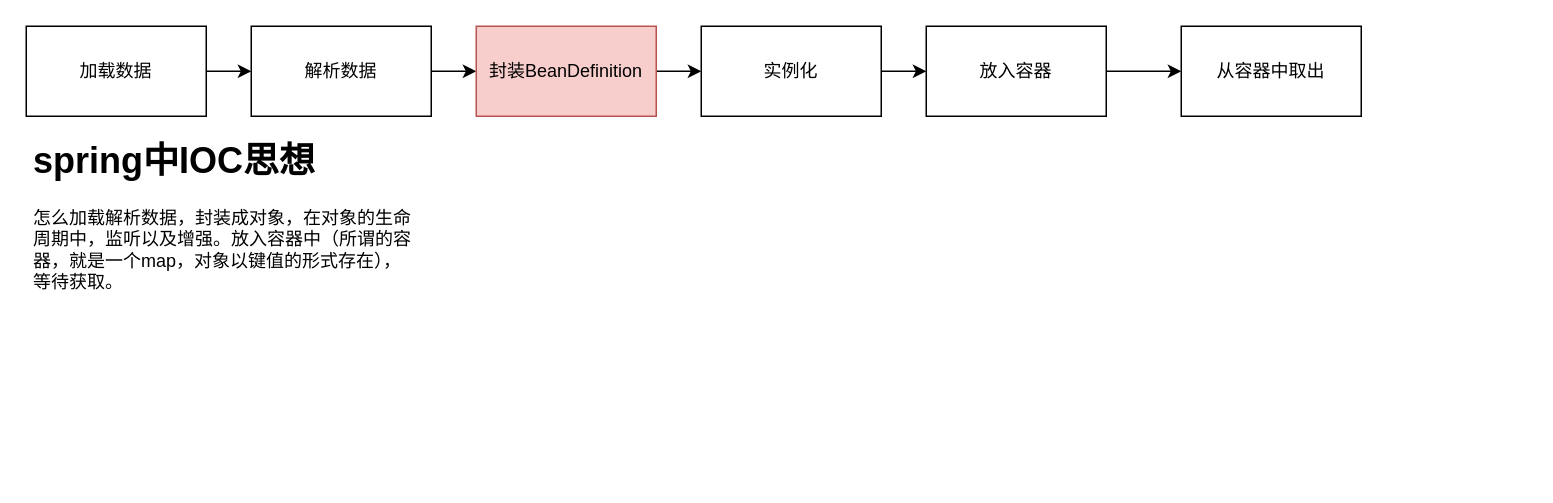
Before: spring流程图.drawio in huangkemingyyds/drawing, a draw.io diagram. Source tidied: cells renumbered, new cells numbered last; positions are measured from the earlier drawing's top-left corner, leaving out a move shared by most shapes. Both pictures are drawn from the tidied source at 150%, with x=0, y=0 at pixel (26, 26).
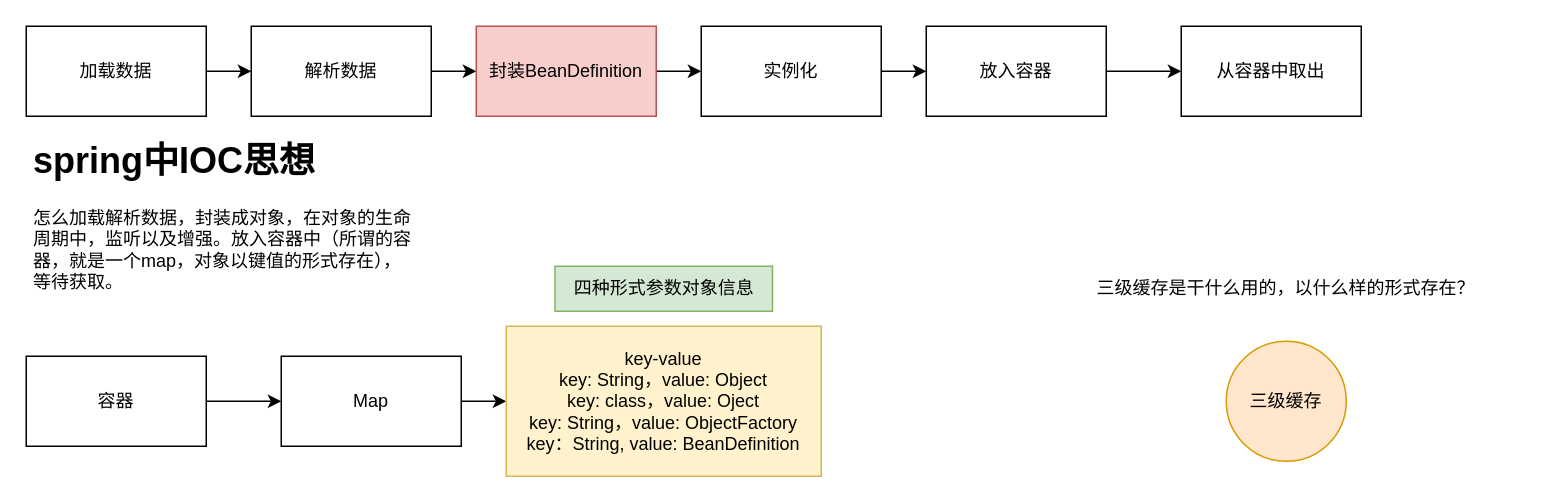
The same page after the edit.

Commit message (it also covers changes not shown here):
更新spring流程图.drawio

The edit, as a diff of the source:
```diff
@@
+    <mxCell id="14" style="edgeStyle=orthogonalEdgeStyle;rounded=0;jettySize=auto;html=1;exitX=1;exitY=0.5;exitDx=0;exitDy=0;" parent="1" edge="1" source="15" target="17">
+      <mxGeometry relative="1" as="geometry" />
+    </mxCell>
+    <mxCell id="15" value="容器" style="rounded=0;whiteSpace=wrap;html=1;" parent="1" vertex="1">
+      <mxGeometry y="220" width="120" height="60" as="geometry" />
+    </mxCell>
+    <mxCell id="16" style="edgeStyle=orthogonalEdgeStyle;rounded=0;jettySize=auto;html=1;exitX=1;exitY=0.5;exitDx=0;exitDy=0;entryX=0;entryY=0.5;entryDx=0;entryDy=0;" parent="1" edge="1" source="17" target="18">
+      <mxGeometry relative="1" as="geometry" />
+    </mxCell>
+    <mxCell id="17" value="Map" style="rounded=0;whiteSpace=wrap;html=1;" parent="1" vertex="1">
+      <mxGeometry x="170" y="220" width="120" height="60" as="geometry" />
+    </mxCell>
+    <mxCell id="18" value="key-value&lt;br&gt;key: String，value: Object&lt;br&gt;key: class，value: Oject&lt;br&gt;key: String，value: ObjectFactory&lt;br&gt;key：String, value: BeanDefinition" style="rounded=0;whiteSpace=wrap;html=1;fillColor=#fff2cc;strokeColor=#d6b656;" parent="1" vertex="1">
+      <mxGeometry x="320" y="200" width="210" height="100" as="geometry" />
+    </mxCell>
+    <mxCell id="19" value="四种形式参数对象信息" style="text;html=1;strokeColor=#82b366;fillColor=#d5e8d4;align=center;verticalAlign=middle;whiteSpace=wrap;rounded=0;" parent="1" vertex="1">
+      <mxGeometry x="352.5" y="160" width="145" height="30" as="geometry" />
+    </mxCell>
+    <mxCell id="20" value="三级缓存" style="ellipse;whiteSpace=wrap;html=1;fillColor=#ffe6cc;strokeColor=#d79b00;" parent="1" vertex="1">
+      <mxGeometry x="800" y="210" width="80" height="80" as="geometry" />
+    </mxCell>
+    <mxCell id="21" value="三级缓存是干什么用的，以什么样的形式存在？" style="text;html=1;strokeColor=none;fillColor=none;align=center;verticalAlign=middle;whiteSpace=wrap;rounded=0;" parent="1" vertex="1">
+      <mxGeometry x="680" y="150" width="320" height="50" as="geometry" />
+    </mxCell>
```
